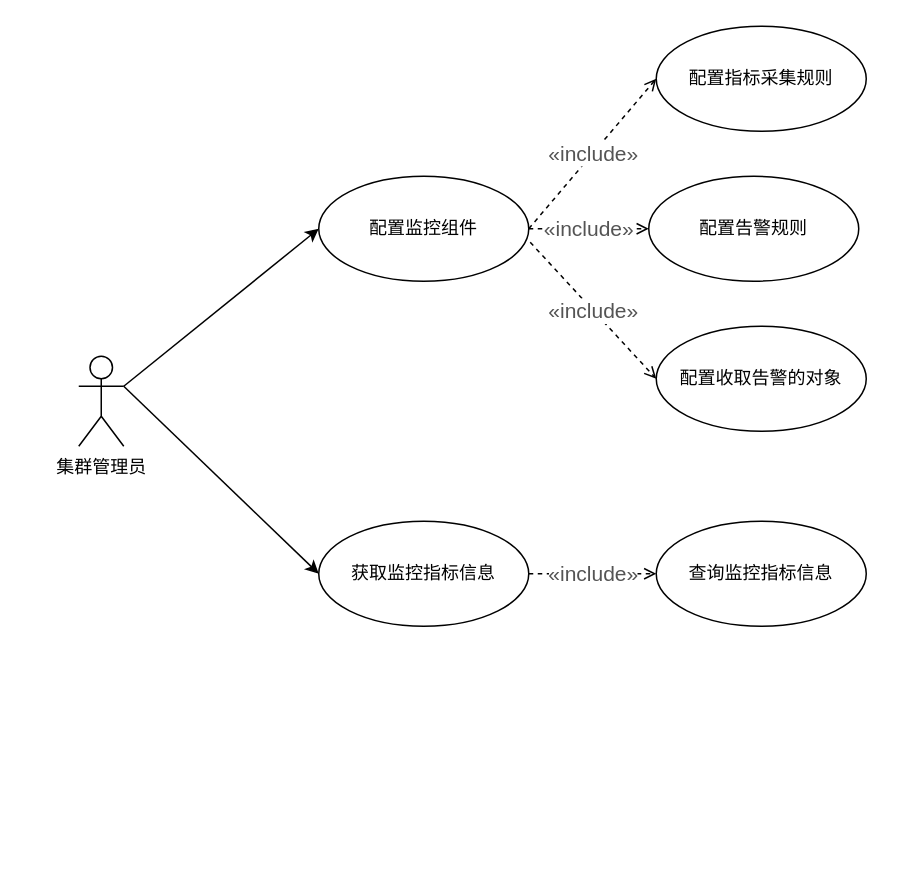
honglei24/k8s_prometheus keeps this draw.io diagram as page "用例图" (3 of 6) of project/prometheus.drawio. Above is the earlier version. Source tidied: cells renumbered, new cells numbered last; positions are measured from the earlier drawing's top-left corner, leaving out a move shared by most shapes. Both pictures are drawn from the tidied source at 150%, with x=0, y=0 at pixel (78, 26).
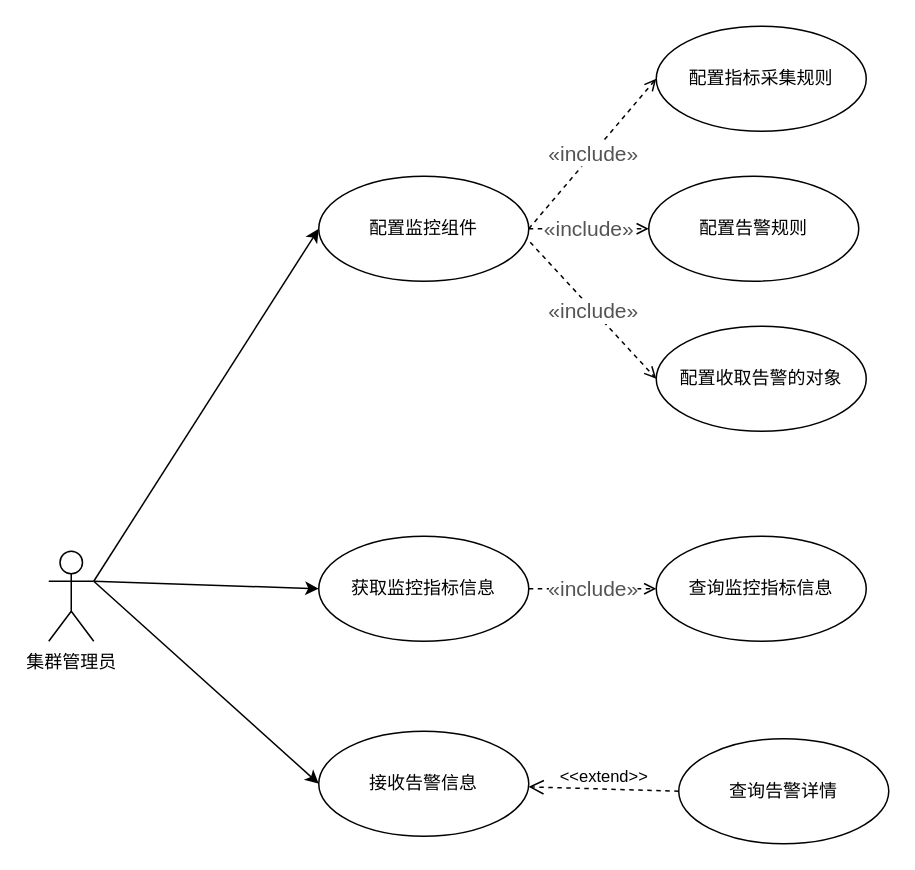
The same page after the edit.

The edit, as a diff of the source:
```diff
@@
 <mxGraphModel>
   <root>
     <mxCell id="0" />
     <mxCell id="1" parent="0" />
     <mxCell id="2" value="集群管理员" style="shape=umlActor;verticalLabelPosition=bottom;labelBackgroundColor=#ffffff;verticalAlign=top;html=1;" parent="1" vertex="1">
-      <mxGeometry y="220" width="30" height="60" as="geometry" />
+      <mxGeometry x="-20" y="350" width="30" height="60" as="geometry" />
     </mxCell>
     <mxCell id="3" style="rounded=0;jettySize=auto;html=1;exitX=1;exitY=0.3333333333333333;exitDx=0;exitDy=0;exitPerimeter=0;entryX=0;entryY=0.5;entryDx=0;entryDy=0;endArrow=classic;endFill=1;" parent="1" edge="1" source="2" target="5">
       <mxGeometry relative="1" as="geometry" />
     </mxCell>
     <mxCell id="4" value="查询监控指标信息" style="ellipse;whiteSpace=wrap;html=1;" parent="1" vertex="1">
-      <mxGeometry x="385" y="330" width="140" height="70" as="geometry" />
+      <mxGeometry x="385" y="340" width="140" height="70" as="geometry" />
     </mxCell>
     <mxCell id="5" value="获取监控指标信息" style="ellipse;whiteSpace=wrap;html=1;" parent="1" vertex="1">
-      <mxGeometry x="160" y="330" width="140" height="70" as="geometry" />
+      <mxGeometry x="160" y="340" width="140" height="70" as="geometry" />
     </mxCell>
     <mxCell id="6" value="&lt;span style=&quot;color: rgb(84 , 84 , 84) ; font-family: &amp;#34;arial&amp;#34; , sans-serif ; font-size: 14px ; text-align: left ; white-space: normal&quot;&gt;«include»&lt;/span&gt;" style="edgeStyle=none;rounded=0;jettySize=auto;html=1;endArrow=open;endFill=0;dashed=1;exitX=1;exitY=0.5;exitDx=0;exitDy=0;entryX=0;entryY=0.5;entryDx=0;entryDy=0;" parent="1" edge="1" source="5" target="4">
       <mxGeometry relative="1" as="geometry" />
     </mxCell>
     <mxCell id="7" value="配置指标采集规则" style="ellipse;whiteSpace=wrap;html=1;" parent="1" vertex="1">
       <mxGeometry x="385" width="140" height="70" as="geometry" />
     </mxCell>
     <mxCell id="8" value="配置监控组件" style="ellipse;whiteSpace=wrap;html=1;" parent="1" vertex="1">
       <mxGeometry x="160" y="100" width="140" height="70" as="geometry" />
     </mxCell>
     <mxCell id="9" value="配置告警规则" style="ellipse;whiteSpace=wrap;html=1;" parent="1" vertex="1">
       <mxGeometry x="380" y="100" width="140" height="70" as="geometry" />
     </mxCell>
     <mxCell id="10" value="&lt;span style=&quot;color: rgb(84 , 84 , 84) ; font-family: &amp;#34;arial&amp;#34; , sans-serif ; font-size: 14px ; text-align: left ; white-space: normal&quot;&gt;«include»&lt;/span&gt;" style="edgeStyle=none;rounded=0;jettySize=auto;html=1;endArrow=open;endFill=0;dashed=1;exitX=1;exitY=0.5;exitDx=0;exitDy=0;entryX=0;entryY=0.5;entryDx=0;entryDy=0;" parent="1" edge="1" source="8" target="7">
       <mxGeometry relative="1" as="geometry" />
     </mxCell>
     <mxCell id="11" style="rounded=0;jettySize=auto;html=1;exitX=1;exitY=0.3333333333333333;exitDx=0;exitDy=0;exitPerimeter=0;entryX=0;entryY=0.5;entryDx=0;entryDy=0;endArrow=classic;endFill=1;" parent="1" edge="1" source="2" target="8">
       <mxGeometry relative="1" as="geometry" />
     </mxCell>
     <mxCell id="12" value="配置收取告警的对象" style="ellipse;whiteSpace=wrap;html=1;" parent="1" vertex="1">
       <mxGeometry x="385" y="200" width="140" height="70" as="geometry" />
     </mxCell>
     <mxCell id="13" value="&lt;span style=&quot;color: rgb(84 , 84 , 84) ; font-family: &amp;#34;arial&amp;#34; , sans-serif ; font-size: 14px ; text-align: left ; white-space: normal&quot;&gt;«include»&lt;/span&gt;" style="edgeStyle=none;rounded=0;jettySize=auto;html=1;endArrow=open;endFill=0;dashed=1;exitX=1;exitY=0.5;exitDx=0;exitDy=0;entryX=0;entryY=0.5;entryDx=0;entryDy=0;" parent="1" edge="1" source="8" target="9">
       <mxGeometry relative="1" as="geometry" />
     </mxCell>
     <mxCell id="14" value="&lt;span style=&quot;color: rgb(84 , 84 , 84) ; font-family: &amp;#34;arial&amp;#34; , sans-serif ; font-size: 14px ; text-align: left ; white-space: normal&quot;&gt;«include»&lt;/span&gt;" style="edgeStyle=none;rounded=0;jettySize=auto;html=1;endArrow=open;endFill=0;dashed=1;exitX=1.007;exitY=0.629;exitDx=0;exitDy=0;entryX=0;entryY=0.5;entryDx=0;entryDy=0;exitPerimeter=0;" parent="1" edge="1" source="8" target="12">
       <mxGeometry relative="1" as="geometry" />
     </mxCell>
+    <mxCell id="15" value="接收告警信息" style="ellipse;whiteSpace=wrap;html=1;" parent="1" vertex="1">
+      <mxGeometry x="160" y="470" width="140" height="70" as="geometry" />
+    </mxCell>
+    <mxCell id="16" value="查询告警详情" style="ellipse;whiteSpace=wrap;html=1;" parent="1" vertex="1">
+      <mxGeometry x="400" y="475" width="140" height="70" as="geometry" />
+    </mxCell>
+    <mxCell id="17" style="rounded=0;jettySize=auto;html=1;exitX=1;exitY=0.3333333333333333;exitDx=0;exitDy=0;exitPerimeter=0;entryX=0;entryY=0.5;entryDx=0;entryDy=0;endArrow=classic;endFill=1;" parent="1" edge="1" source="2" target="15">
+      <mxGeometry relative="1" as="geometry" />
+    </mxCell>
+    <mxCell id="18" value="&amp;lt;&amp;lt;extend&amp;gt;&amp;gt;" style="html=1;verticalAlign=bottom;endArrow=open;dashed=1;endSize=8;exitX=0;exitY=0.5;exitDx=0;exitDy=0;" parent="1" edge="1" source="16" target="15">
+      <mxGeometry relative="1" as="geometry" />
+    </mxCell>
   </root>
 </mxGraphModel>
```
